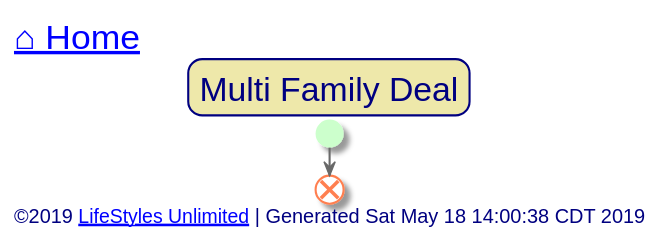
Earlier version of the PlantUML export out/src/multi-family/multi-family-deal.svg (toddmo/lifestylesunlimited).
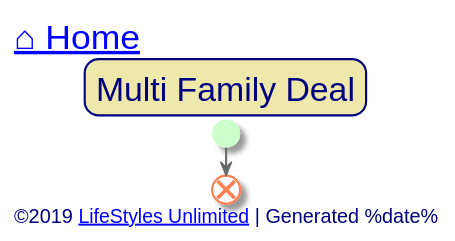
After the commit.

The edit, as a diff of the source:
```diff
@@ -87,7 +87,7 @@
 
 
 left footer
-	<font size=14>©2019 [[http://www.lifestylesunlimited.com LifeStyles Unlimited]] | Generated Sat May 18 14:00:38 CDT 2019</font>
+	<font size=14>©2019 [[http://www.lifestylesunlimited.com LifeStyles Unlimited]] | Generated %date%</font>
 endfooter
 
 
```
